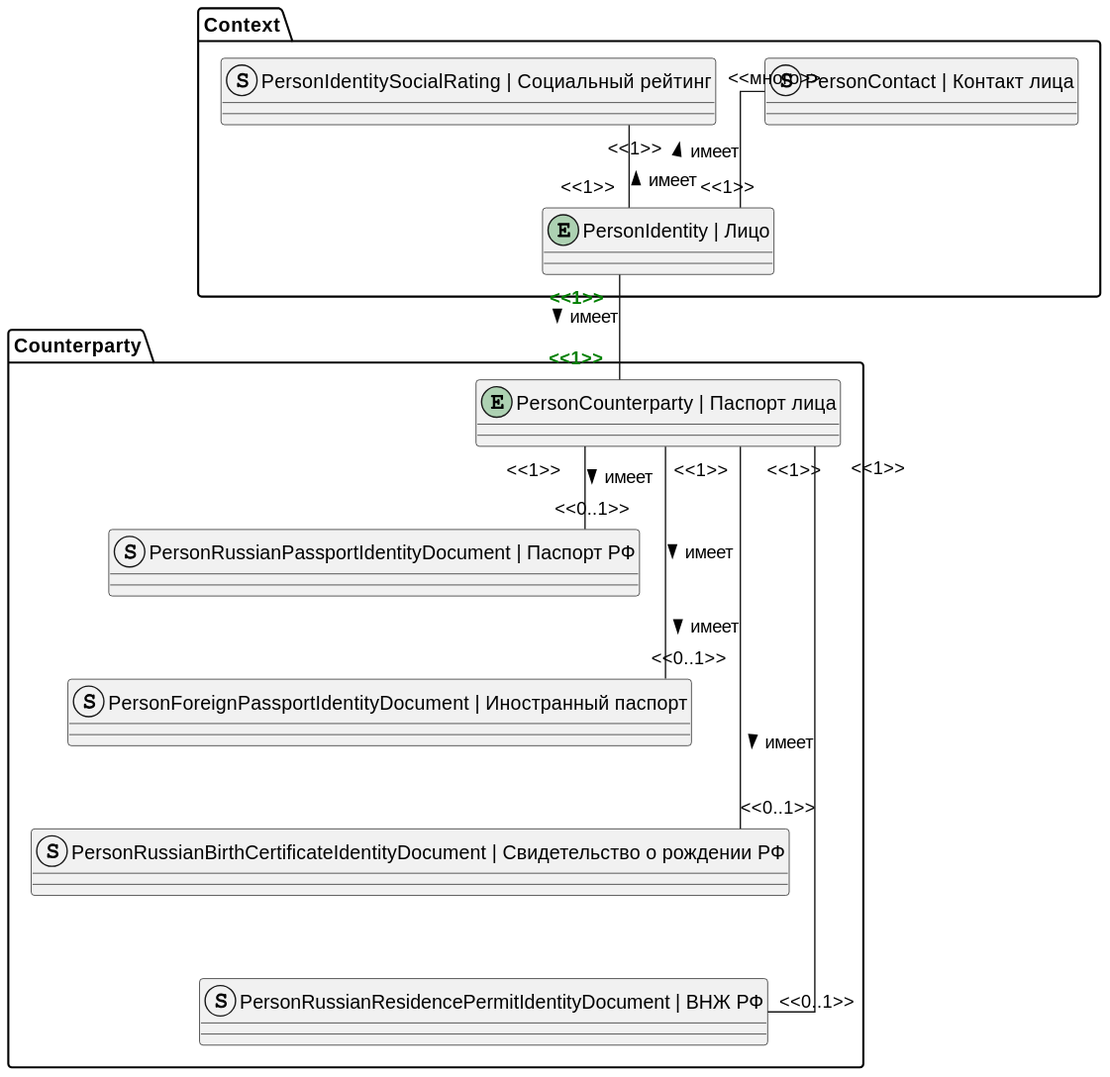
Above: docs/modules/entities/images/personIdentity.svg in smilovanov-5am/Lokeo.Docs (PlantUML), before the change.
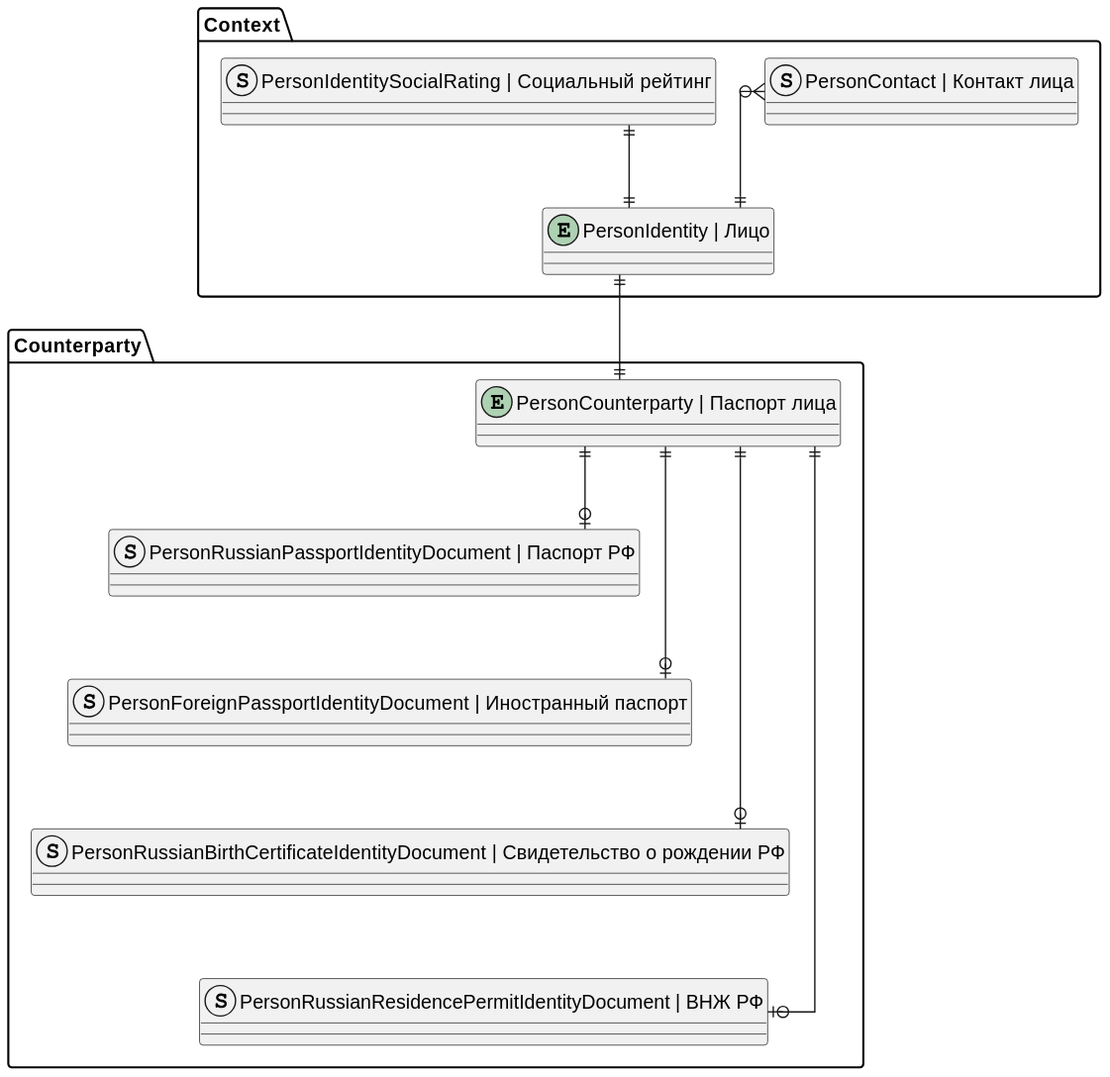
After the commit.

Diff of the diagram source:
```diff
@@ -46,12 +46,12 @@
 PersonForeignPassportIdentityDocument-[hidden]down-PersonRussianBirthCertificateIdentityDocument
 PersonRussianBirthCertificateIdentityDocument-[hidden]down-PersonRussianResidencePermitIdentityDocument
 
-PersonContact "<<много>>" -- "<<1>>" PersonIdentity : < имеет
-PersonIdentitySocialRating "<<1>>" -- "<<1>>" PersonIdentity : < имеет
-PersonCounterparty "**<color green><<1>></color>**" -- "**<color green><<1>></color>**" PersonIdentity : < имеет
-PersonRussianPassportIdentityDocument "<<0..1>>" -- "<<1>>" PersonCounterparty : < имеет
-PersonForeignPassportIdentityDocument "<<0..1>>" -- "<<1>>" PersonCounterparty : < имеет
-PersonRussianBirthCertificateIdentityDocument "<<0..1>>" -- "<<1>>" PersonCounterparty : < имеет
-PersonRussianResidencePermitIdentityDocument "<<0..1>>" -- "<<1>>" PersonCounterparty : < имеет
+PersonContact }o--|| PersonIdentity
+PersonIdentitySocialRating ||--|| PersonIdentity
+PersonCounterparty ||--|| PersonIdentity
+PersonRussianPassportIdentityDocument |o--|| PersonCounterparty
+PersonForeignPassportIdentityDocument |o--|| PersonCounterparty
+PersonRussianBirthCertificateIdentityDocument |o--|| PersonCounterparty
+PersonRussianResidencePermitIdentityDocument |o--|| PersonCounterparty
 
 @enduml
```
